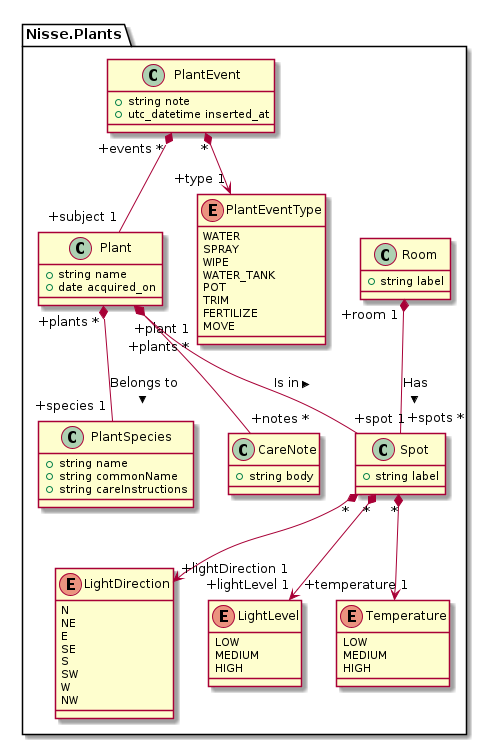
ilkka/nisse keeps this PlantUML diagram as docs/model.png. Above is the earlier version. Its diagram source:
```plantuml
@startuml
namespace Nisse.Plants {
  class Plant {
    +string name
    +date acquired_on
  }

  class PlantSpecies {
    +string name
    +string commonName
    +string careInstructions
  }

  Plant "+plants *" *-- "+species 1" PlantSpecies : Belongs to >

  class CareNote {
    +string body
  }

  Plant "+plant 1" *-- "+notes *" CareNote

  class Room {
    +string label
  }

  Enum LightDirection {
    N
    NE
    E
    SE
    S
    SW
    W
    NW
  }

  Enum LightLevel {
    LOW
    MEDIUM
    HIGH
  }

  Enum Temperature {
    LOW
    MEDIUM
    HIGH
  }

  class Spot {
    +string label
  }

  Spot "*" *--> "+lightLevel 1" LightLevel
  Spot "*" *--> "+lightDirection 1" LightDirection
  Spot "*" *--> "+temperature 1" Temperature

  Room "+room 1" *-- "+spots *" Spot : Has >

  Plant "+plants *" *-- "+spot 1" Spot : Is in >

  class PlantEvent {
    +string note
    +utc_datetime inserted_at
  }

  enum PlantEventType {
    WATER
    SPRAY
    WIPE
    WATER_TANK
    POT
    TRIM
    FERTILIZE
    MOVE
  }

  PlantEvent "*" *--> "+type 1" PlantEventType

  PlantEvent "+events *" *-- "+subject 1" Plant
}
@enduml
```
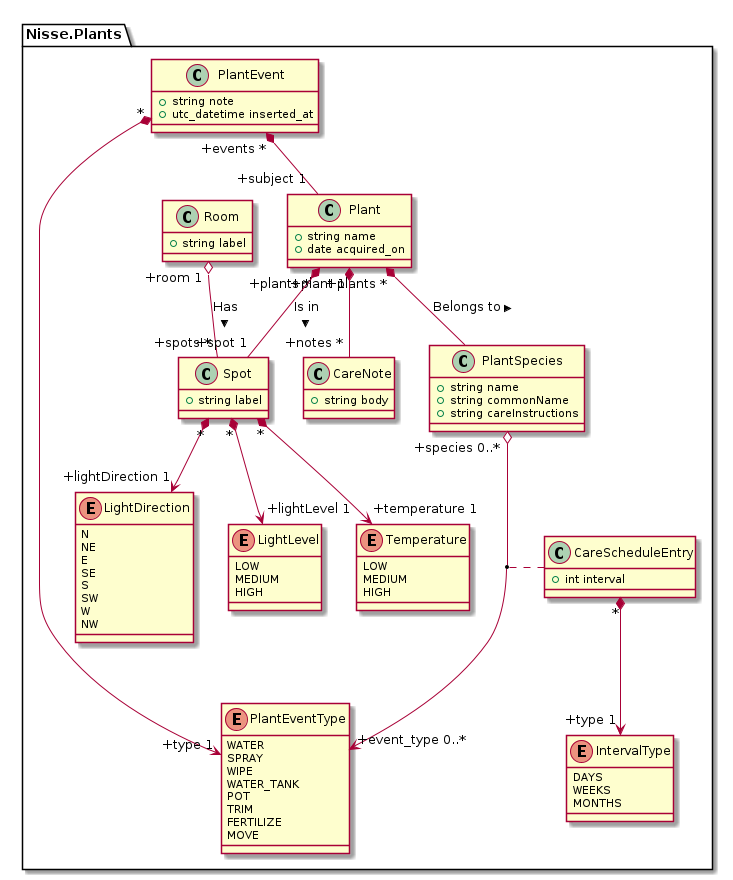
Above is the later version.

Commit message:
Update rendered PlantUML diagrams

The edit, as a diff of the source:
```diff
@@ -11,7 +11,22 @@
     +string careInstructions
   }
 
-  Plant "+plants *" *-- "+species 1" PlantSpecies : Belongs to >
+  Plant "+plants *" *-- PlantSpecies : Belongs to >
+
+  PlantSpecies "+species 0..*" o--> "+event_type 0..*" PlantEventType
+  (PlantSpecies, PlantEventType) .. CareScheduleEntry
+
+  class CareScheduleEntry {
+    +int interval
+  }
+
+  CareScheduleEntry "*" *--> "+type 1" IntervalType
+
+  Enum IntervalType {
+    DAYS
+    WEEKS
+    MONTHS
+  }
 
   class CareNote {
     +string body
@@ -54,7 +69,7 @@
   Spot "*" *--> "+lightDirection 1" LightDirection
   Spot "*" *--> "+temperature 1" Temperature
 
-  Room "+room 1" *-- "+spots *" Spot : Has >
+  Room "+room 1" o-- "+spots *" Spot : Has >
 
   Plant "+plants *" *-- "+spot 1" Spot : Is in >
 
```
